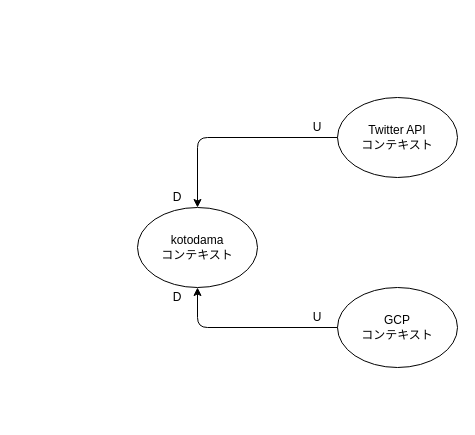
Before: docs/ICONIX/ ContextMap.drawio in yasugahira0810/kotodama, a draw.io diagram. Source tidied: cells renumbered, new cells numbered last; positions are measured from the earlier drawing's top-left corner, leaving out a move shared by most shapes. Both pictures are drawn from the tidied source at 100%, with x=0, y=0 at pixel (137, 97).
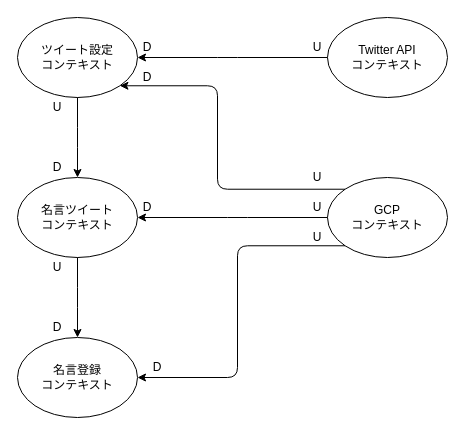
After the change.

Commit message (it also covers changes not shown here):
Write some UseCases and Divide context

Diff of the diagram source:
```diff
@@
-    <mxCell id="2" value="kotodama&lt;br&gt;コンテキスト" style="ellipse;whiteSpace=wrap;html=1;" parent="1" vertex="1">
-      <mxGeometry y="110" width="120" height="80" as="geometry" />
+    <mxCell id="2" value="名言登録&lt;br&gt;コンテキスト" style="ellipse;whiteSpace=wrap;html=1;" parent="1" vertex="1">
+      <mxGeometry x="-120" y="240" width="120" height="80" as="geometry" />
     </mxCell>
-    <mxCell id="3" value="Twitter API&lt;br&gt;コンテキスト" style="ellipse;whiteSpace=wrap;html=1;" parent="1" vertex="1">
-      <mxGeometry x="200" width="120" height="80" as="geometry" />
+    <mxCell id="3" value="GCP&lt;br&gt;コンテキスト" style="ellipse;whiteSpace=wrap;html=1;" parent="1" vertex="1">
+      <mxGeometry x="190" y="80" width="120" height="80" as="geometry" />
     </mxCell>
-    <mxCell id="4" value="GCP&lt;br&gt;コンテキスト" style="ellipse;whiteSpace=wrap;html=1;" parent="1" vertex="1">
-      <mxGeometry x="200" y="190" width="120" height="80" as="geometry" />
+    <mxCell id="4" value="Twitter API&lt;br&gt;コンテキスト" style="ellipse;whiteSpace=wrap;html=1;" parent="1" vertex="1">
+      <mxGeometry x="190" y="-80" width="120" height="80" as="geometry" />
     </mxCell>
-    <mxCell id="5" style="edgeStyle=elbowEdgeStyle;elbow=horizontal;endArrow=classic;html=1;exitX=0;exitY=0.5;exitDx=0;exitDy=0;entryX=0.5;entryY=0;entryDx=0;entryDy=0;" parent="1" edge="1" source="3" target="2">
+    <mxCell id="5" style="edgeStyle=elbowEdgeStyle;elbow=horizontal;endArrow=classic;html=1;exitX=0;exitY=1;exitDx=0;exitDy=0;entryX=1;entryY=0.5;entryDx=0;entryDy=0;" parent="1" edge="1" source="3" target="2">
       <mxGeometry relative="1" as="geometry">
         <Array as="points">
-          <mxPoint x="60" y="70" />
+          <mxPoint x="100" y="220" />
         </Array>
       </mxGeometry>
     </mxCell>
     <mxCell id="6" value="U" style="text;html=1;strokeColor=none;fillColor=none;align=center;verticalAlign=middle;whiteSpace=wrap;rounded=0;" parent="1" vertex="1">
-      <mxGeometry x="160" y="20" width="40" height="20" as="geometry" />
+      <mxGeometry x="160" y="-60" width="40" height="20" as="geometry" />
     </mxCell>
     <mxCell id="7" value="D" style="text;html=1;strokeColor=none;fillColor=none;align=center;verticalAlign=middle;whiteSpace=wrap;rounded=0;" parent="1" vertex="1">
-      <mxGeometry x="20" y="90" width="40" height="20" as="geometry" />
+      <mxGeometry x="-10" y="-60" width="40" height="20" as="geometry" />
     </mxCell>
-    <mxCell id="8" style="edgeStyle=elbowEdgeStyle;elbow=horizontal;endArrow=classic;html=1;exitX=0;exitY=0.5;exitDx=0;exitDy=0;entryX=0.5;entryY=1;entryDx=0;entryDy=0;" parent="1" edge="1" source="4" target="2">
+    <mxCell id="8" style="edgeStyle=elbowEdgeStyle;elbow=horizontal;endArrow=classic;html=1;exitX=0;exitY=0.5;exitDx=0;exitDy=0;entryX=1;entryY=0.5;entryDx=0;entryDy=0;" parent="1" edge="1" source="4" target="18">
       <mxGeometry relative="1" as="geometry">
         <Array as="points">
-          <mxPoint x="60" y="240" />
+          <mxPoint x="90" y="-30" />
         </Array>
       </mxGeometry>
     </mxCell>
     <mxCell id="9" value="U" style="text;html=1;strokeColor=none;fillColor=none;align=center;verticalAlign=middle;whiteSpace=wrap;rounded=0;" parent="1" vertex="1">
-      <mxGeometry x="160" y="210" width="40" height="20" as="geometry" />
+      <mxGeometry x="160" y="70" width="40" height="20" as="geometry" />
     </mxCell>
     <mxCell id="10" value="D" style="text;html=1;strokeColor=none;fillColor=none;align=center;verticalAlign=middle;whiteSpace=wrap;rounded=0;" parent="1" vertex="1">
-      <mxGeometry x="20" y="190" width="40" height="20" as="geometry" />
+      <mxGeometry y="260" width="40" height="20" as="geometry" />
     </mxCell>
+    <mxCell id="11" value="名言ツイート&lt;br&gt;コンテキスト" style="ellipse;whiteSpace=wrap;html=1;" parent="1" vertex="1">
+      <mxGeometry x="-120" y="80" width="120" height="80" as="geometry" />
+    </mxCell>
+    <mxCell id="12" style="edgeStyle=elbowEdgeStyle;elbow=horizontal;endArrow=classic;html=1;exitX=0;exitY=0;exitDx=0;exitDy=0;entryX=1;entryY=1;entryDx=0;entryDy=0;" parent="1" edge="1" source="3" target="18">
+      <mxGeometry relative="1" as="geometry">
+        <Array as="points">
+          <mxPoint x="80" y="40" />
+        </Array>
+      </mxGeometry>
+    </mxCell>
+    <mxCell id="13" value="U" style="text;html=1;strokeColor=none;fillColor=none;align=center;verticalAlign=middle;whiteSpace=wrap;rounded=0;" parent="1" vertex="1">
+      <mxGeometry x="160" y="130" width="40" height="20" as="geometry" />
+    </mxCell>
+    <mxCell id="14" value="D" style="text;html=1;strokeColor=none;fillColor=none;align=center;verticalAlign=middle;whiteSpace=wrap;rounded=0;" parent="1" vertex="1">
+      <mxGeometry x="-10" y="-30" width="40" height="20" as="geometry" />
+    </mxCell>
+    <mxCell id="15" style="edgeStyle=elbowEdgeStyle;elbow=horizontal;endArrow=classic;html=1;entryX=0.5;entryY=0;entryDx=0;entryDy=0;exitX=0.5;exitY=1;exitDx=0;exitDy=0;" parent="1" edge="1" source="11" target="2">
+      <mxGeometry relative="1" as="geometry">
+        <Array as="points">
+          <mxPoint x="-60" y="200" />
+        </Array>
+      </mxGeometry>
+    </mxCell>
+    <mxCell id="16" value="D" style="text;html=1;strokeColor=none;fillColor=none;align=center;verticalAlign=middle;whiteSpace=wrap;rounded=0;" parent="1" vertex="1">
+      <mxGeometry x="-100" y="220" width="40" height="20" as="geometry" />
+    </mxCell>
+    <mxCell id="17" value="U" style="text;html=1;strokeColor=none;fillColor=none;align=center;verticalAlign=middle;whiteSpace=wrap;rounded=0;" parent="1" vertex="1">
+      <mxGeometry x="-100" y="160" width="40" height="20" as="geometry" />
+    </mxCell>
+    <mxCell id="18" value="ツイート設定&lt;br&gt;コンテキスト" style="ellipse;whiteSpace=wrap;html=1;" parent="1" vertex="1">
+      <mxGeometry x="-120" y="-80" width="120" height="80" as="geometry" />
+    </mxCell>
+    <mxCell id="19" style="edgeStyle=elbowEdgeStyle;elbow=horizontal;endArrow=classic;html=1;entryX=0.5;entryY=0;entryDx=0;entryDy=0;exitX=0.5;exitY=1;exitDx=0;exitDy=0;" parent="1" edge="1" source="18" target="11">
+      <mxGeometry relative="1" as="geometry" />
+    </mxCell>
+    <mxCell id="20" value="D" style="text;html=1;strokeColor=none;fillColor=none;align=center;verticalAlign=middle;whiteSpace=wrap;rounded=0;" parent="1" vertex="1">
+      <mxGeometry x="-100" y="60" width="40" height="20" as="geometry" />
+    </mxCell>
+    <mxCell id="21" value="U" style="text;html=1;strokeColor=none;fillColor=none;align=center;verticalAlign=middle;whiteSpace=wrap;rounded=0;" parent="1" vertex="1">
+      <mxGeometry x="-100" width="40" height="20" as="geometry" />
+    </mxCell>
+    <mxCell id="22" style="edgeStyle=elbowEdgeStyle;elbow=horizontal;endArrow=classic;html=1;exitX=0;exitY=0.5;exitDx=0;exitDy=0;entryX=1;entryY=0.5;entryDx=0;entryDy=0;" parent="1" edge="1" source="3" target="11">
+      <mxGeometry relative="1" as="geometry">
+        <Array as="points">
+          <mxPoint x="100" y="150" />
+        </Array>
+      </mxGeometry>
+    </mxCell>
+    <mxCell id="23" value="D" style="text;html=1;strokeColor=none;fillColor=none;align=center;verticalAlign=middle;whiteSpace=wrap;rounded=0;" parent="1" vertex="1">
+      <mxGeometry x="-10" y="100" width="40" height="20" as="geometry" />
+    </mxCell>
+    <mxCell id="24" value="U" style="text;html=1;strokeColor=none;fillColor=none;align=center;verticalAlign=middle;whiteSpace=wrap;rounded=0;" parent="1" vertex="1">
+      <mxGeometry x="160" y="100" width="40" height="20" as="geometry" />
+    </mxCell>
```
